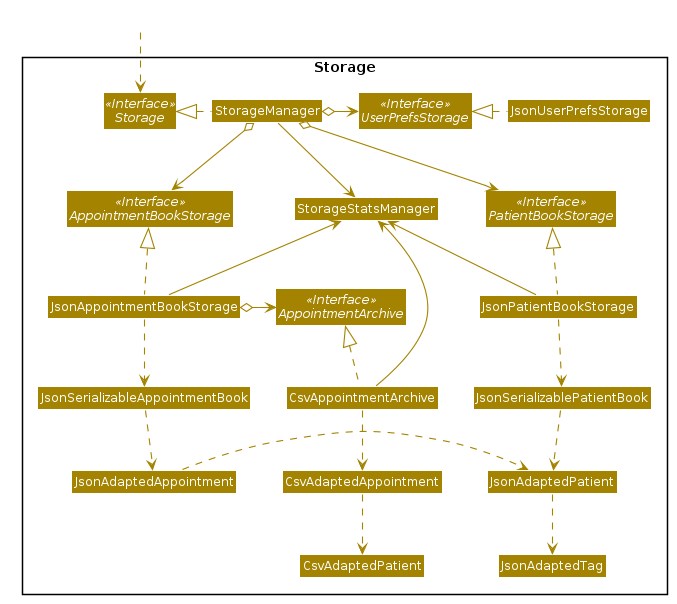
This is docs/images/StorageClassDiagram.png from xz0127/tp, a PlantUML export, as it was before one commit.
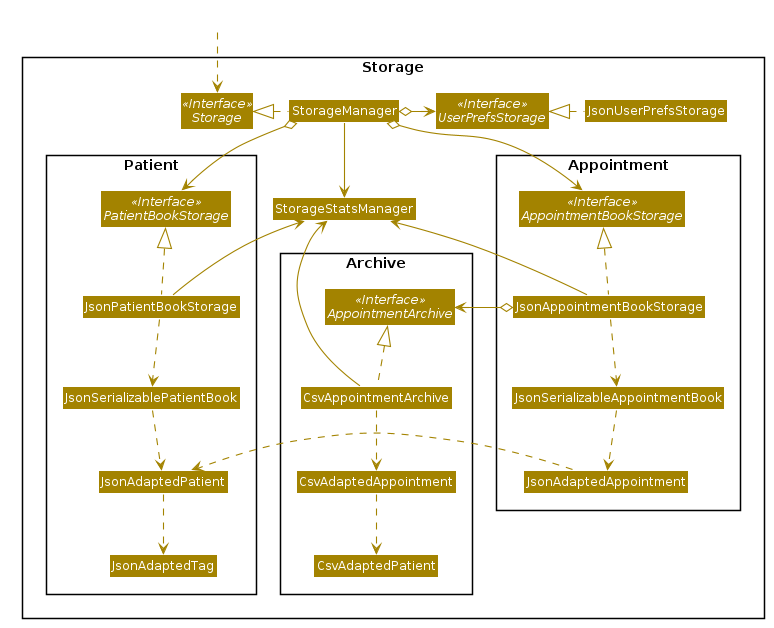
Later version of the same file.

Commit message:
Generate PNG images for PlantUML diagrams

Diff of the diagram source:
```diff
@@ -58,21 +58,27 @@
 Interface UserPrefsStorage <<Interface>>
 Class JsonUserPrefsStorage
 
+Package Patient {
 Interface PatientBookStorage <<Interface>>
 Class JsonPatientBookStorage
 Class JsonSerializablePatientBook
 Class JsonAdaptedPatient
 Class JsonAdaptedTag
+}
 
+Package Appointment {
 Interface AppointmentBookStorage <<Interface>>
 Class JsonAppointmentBookStorage
 Class JsonSerializableAppointmentBook
 Class JsonAdaptedAppointment
+}
 
+Package Archive {
 Interface AppointmentArchive <<Interface>>
 Class CsvAppointmentArchive
 Class CsvAdaptedAppointment
 Class CsvAdaptedPatient
+}
 
 Class StorageStatsManager
 }
```
